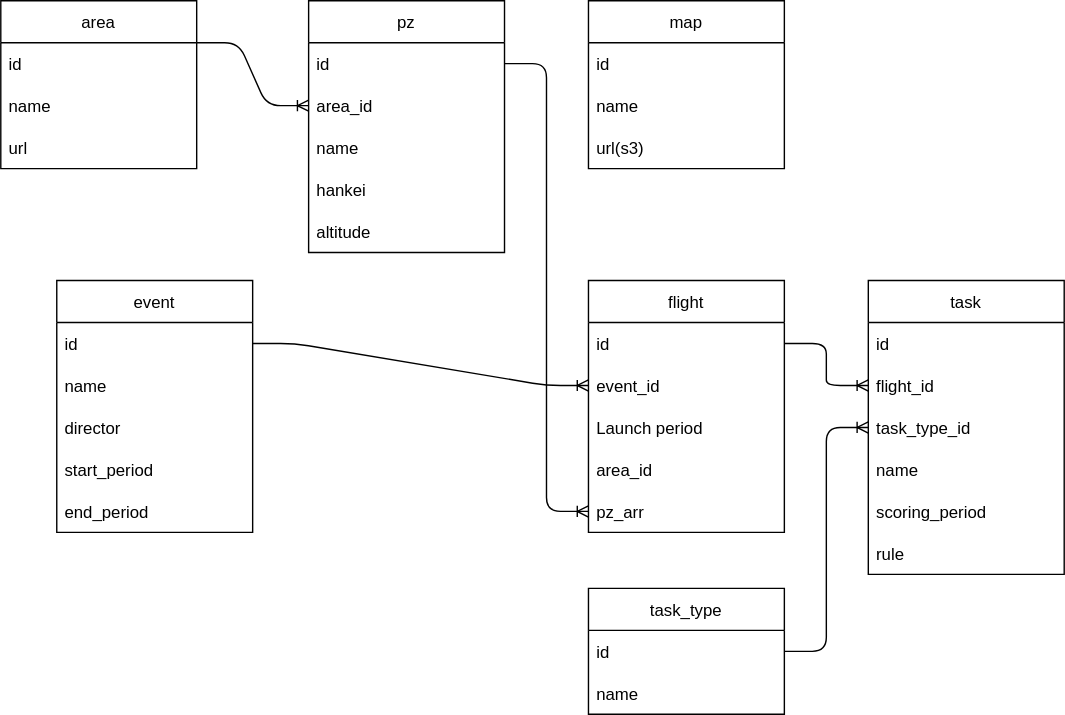
Above: back/er.drawio.svg in seita1996/flight_scoring (draw.io), before the change. Source tidied: cells renumbered, new cells last; positions are measured from the earlier drawing's top-left corner, leaving out a move shared by most shapes.
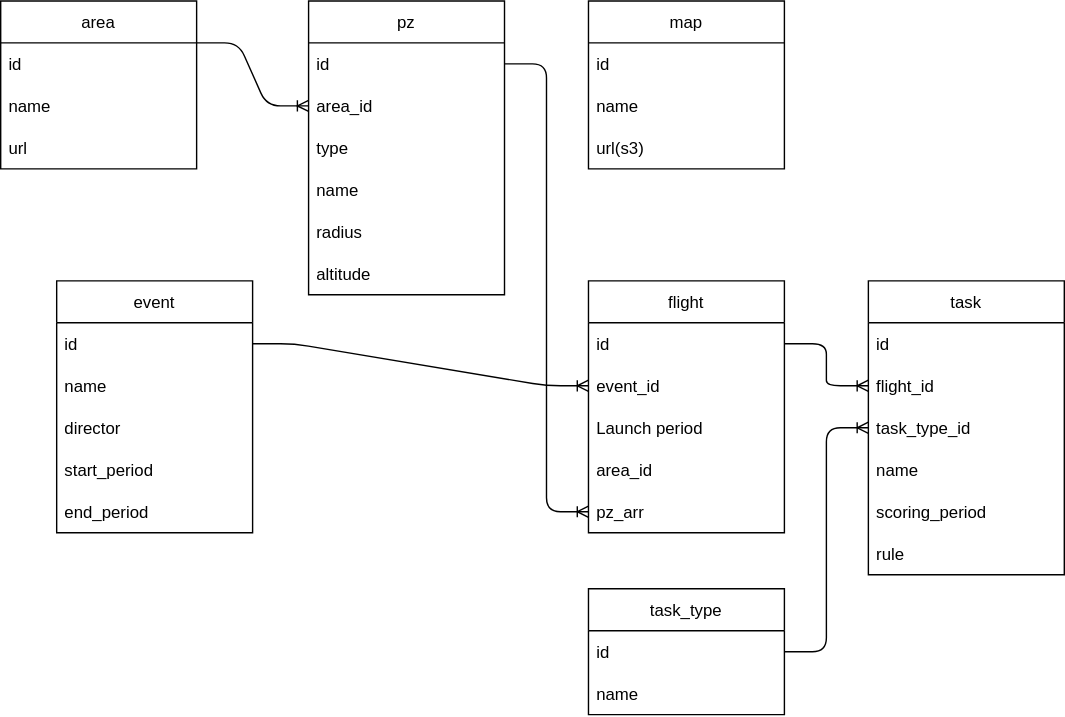
Above is the later version.

Diff of the diagram source:
```diff
@@ -80,24 +80,27 @@
       </mxGeometry>
     </mxCell>
     <mxCell id="27" value="pz" style="swimlane;fontStyle=0;horizontal=1;startSize=30;verticalAlign=middle;" parent="1" vertex="1">
-      <mxGeometry x="220" width="140" height="180" as="geometry" />
+      <mxGeometry x="220" width="140" height="210" as="geometry" />
     </mxCell>
     <mxCell id="28" value="id" style="text;strokeColor=none;fillColor=none;align=left;verticalAlign=middle;spacingLeft=4;spacingRight=4;overflow=hidden;points=[[0,0.5],[1,0.5]];portConstraint=eastwest;" parent="27" vertex="1">
       <mxGeometry y="30" width="140" height="30" as="geometry" />
     </mxCell>
+    <mxCell id="43" value="area_id" style="text;strokeColor=none;fillColor=none;align=left;verticalAlign=middle;spacingLeft=4;spacingRight=4;overflow=hidden;points=[[0,0.5],[1,0.5]];portConstraint=eastwest;" parent="27" vertex="1">
+      <mxGeometry y="60" width="140" height="30" as="geometry" />
+    </mxCell>
-    <mxCell id="29" value="area_id" style="text;strokeColor=none;fillColor=none;align=left;verticalAlign=middle;spacingLeft=4;spacingRight=4;overflow=hidden;points=[[0,0.5],[1,0.5]];portConstraint=eastwest;" parent="27" vertex="1">
-      <mxGeometry y="60" width="140" height="30" as="geometry" />
+    <mxCell id="29" value="type" style="text;strokeColor=none;fillColor=none;align=left;verticalAlign=middle;spacingLeft=4;spacingRight=4;overflow=hidden;points=[[0,0.5],[1,0.5]];portConstraint=eastwest;" parent="27" vertex="1">
+      <mxGeometry y="90" width="140" height="30" as="geometry" />
     </mxCell>
     <mxCell id="30" value="name" style="text;strokeColor=none;fillColor=none;align=left;verticalAlign=middle;spacingLeft=4;spacingRight=4;overflow=hidden;" parent="27" vertex="1">
-      <mxGeometry y="90" width="140" height="30" as="geometry" />
+      <mxGeometry y="120" width="140" height="30" as="geometry" />
     </mxCell>
+    <mxCell id="44" value="radius" style="text;strokeColor=none;fillColor=none;align=left;verticalAlign=middle;spacingLeft=4;spacingRight=4;overflow=hidden;" parent="27" vertex="1">
+      <mxGeometry y="150" width="140" height="30" as="geometry" />
+    </mxCell>
-    <mxCell id="31" value="hankei" style="text;strokeColor=none;fillColor=none;align=left;verticalAlign=middle;spacingLeft=4;spacingRight=4;overflow=hidden;" parent="27" vertex="1">
-      <mxGeometry y="120" width="140" height="30" as="geometry" />
+    <mxCell id="31" value="altitude" style="text;strokeColor=none;fillColor=none;align=left;verticalAlign=middle;spacingLeft=4;spacingRight=4;overflow=hidden;" parent="27" vertex="1">
+      <mxGeometry y="180" width="140" height="30" as="geometry" />
     </mxCell>
-    <mxCell id="32" value="altitude" style="text;strokeColor=none;fillColor=none;align=left;verticalAlign=middle;spacingLeft=4;spacingRight=4;overflow=hidden;" parent="27" vertex="1">
-      <mxGeometry y="150" width="140" height="30" as="geometry" />
-    </mxCell>
-    <mxCell id="33" style="edgeStyle=entityRelationEdgeStyle;fontSize=12;html=1;endArrow=ERoneToMany;exitX=1;exitY=0.25;exitDx=0;exitDy=0;startArrow=none;entryX=0;entryY=0.5;entryDx=0;entryDy=0;" parent="1" edge="1" source="34" target="29">
+    <mxCell id="33" style="edgeStyle=entityRelationEdgeStyle;fontSize=12;html=1;endArrow=ERoneToMany;exitX=1;exitY=0.25;exitDx=0;exitDy=0;startArrow=none;entryX=0;entryY=0.5;entryDx=0;entryDy=0;" parent="1" edge="1" source="34" target="43">
       <mxGeometry relative="1" as="geometry" />
     </mxCell>
     <mxCell id="34" value="area" style="swimlane;fontStyle=0;horizontal=1;startSize=30;" parent="1" vertex="1">
```
